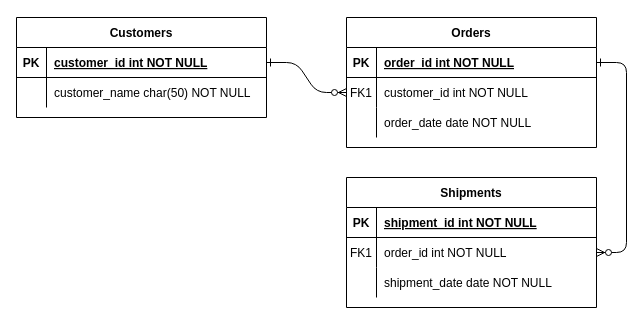
Earlier version of the draw.io diagram kadai_github/名称未設定ファイル.drawio (hmakino8/github-basic-kadai). Source tidied: cells renumbered, new cells numbered last; positions are measured from the earlier drawing's top-left corner, leaving out a move shared by most shapes. Both pictures are drawn from the tidied source at 100%, with x=0, y=0 at pixel (16, 17).
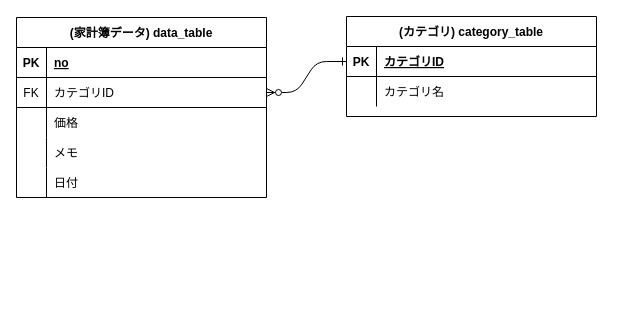
After the change.

Commit message:
名称未設定ファイル.drawio を更新します

Unchanged cells that the change refers to:
```xml
<mxCell id="5" style="shape=partialRectangle;fillColor=none;points=[[0,0.5],[1,0.5]];portConstraint=eastwest;top=0;left=0;right=0;bottom=1;" parent="4" vertex="1">
  <mxGeometry y="30" width="250" height="30" as="geometry" />
</mxCell>
<mxCell id="8" style="shape=partialRectangle;fillColor=none;points=[[0,0.5],[1,0.5]];portConstraint=eastwest;top=0;left=0;right=0;bottom=0;" parent="4" vertex="1">
  <mxGeometry y="60" width="250" height="30" as="geometry" />
</mxCell>
<mxCell id="25" style="shape=partialRectangle;fillColor=none;points=[[0,0.5],[1,0.5]];portConstraint=eastwest;top=0;left=0;right=0;bottom=1;" parent="24" vertex="1">
  <mxGeometry y="30" width="250" height="30" as="geometry" />
</mxCell>
<mxCell id="28" style="shape=partialRectangle;fillColor=none;points=[[0,0.5],[1,0.5]];portConstraint=eastwest;top=0;left=0;right=0;bottom=0;" parent="24" vertex="1">
  <mxGeometry y="60" width="250" height="30" as="geometry" />
</mxCell>
```

Change to the diagram source:
```diff
@@
-    <mxCell id="2" style="edgeStyle=entityRelationEdgeStyle;endArrow=ERzeroToMany;startArrow=ERone;endFill=1;startFill=0;" parent="1" edge="1" source="25" target="8">
-      <mxGeometry relative="1" as="geometry" />
-    </mxCell>
-    <mxCell id="3" style="edgeStyle=entityRelationEdgeStyle;endArrow=ERzeroToMany;startArrow=ERone;endFill=1;startFill=0;" parent="1" edge="1" source="5" target="18">
-      <mxGeometry relative="1" as="geometry" />
-    </mxCell>
-    <mxCell id="4" value="Orders" style="shape=table;startSize=30;childLayout=tableLayout;rowLines=0;fontStyle=1;align=center;" parent="1" vertex="1">
-      <mxGeometry x="330" width="250" height="130" as="geometry" />
+    <mxCell id="4" value="(カテゴリ) category_table" style="shape=table;startSize=30;childLayout=tableLayout;rowLines=0;fontStyle=1;align=center;" parent="1" vertex="1">
+      <mxGeometry x="330" y="-1" width="250" height="100" as="geometry" />
     </mxCell>
@@
-    <mxCell id="7" value="order_id int NOT NULL " style="shape=partialRectangle;overflow=hidden;fillColor=none;top=0;left=0;bottom=0;right=0;align=left;spacingLeft=6;fontStyle=5;" parent="5" vertex="1">
+    <mxCell id="7" value="カテゴリID" style="shape=partialRectangle;overflow=hidden;fillColor=none;top=0;left=0;bottom=0;right=0;align=left;spacingLeft=6;fontStyle=5;" parent="5" vertex="1">
       <mxGeometry x="30" width="220" height="30" as="geometry" />
     </mxCell>
@@
-    <mxCell id="9" value="FK1" style="shape=partialRectangle;overflow=hidden;fillColor=none;top=0;left=0;bottom=0;right=0;" parent="8" vertex="1">
+    <mxCell id="9" style="shape=partialRectangle;overflow=hidden;fillColor=none;top=0;left=0;bottom=0;right=0;" parent="8" vertex="1">
       <mxGeometry width="30" height="30" as="geometry" />
     </mxCell>
-    <mxCell id="10" value="customer_id int NOT NULL" style="shape=partialRectangle;overflow=hidden;fillColor=none;top=0;left=0;bottom=0;right=0;align=left;spacingLeft=6;" parent="8" vertex="1">
+    <mxCell id="10" value="カテゴリ名" style="shape=partialRectangle;overflow=hidden;fillColor=none;top=0;left=0;bottom=0;right=0;align=left;spacingLeft=6;" parent="8" vertex="1">
       <mxGeometry x="30" width="220" height="30" as="geometry" />
     </mxCell>
-    <mxCell id="11" style="shape=partialRectangle;fillColor=none;top=0;left=0;right=0;bottom=0;" parent="4" vertex="1">
-      <mxGeometry y="90" width="250" height="30" as="geometry" />
-    </mxCell>
-    <mxCell id="12" style="shape=partialRectangle;overflow=hidden;fillColor=none;top=0;left=0;bottom=0;right=0;" parent="11" vertex="1">
-      <mxGeometry width="30" height="30" as="geometry" />
-    </mxCell>
-    <mxCell id="13" value="order_date date NOT NULL" style="shape=partialRectangle;overflow=hidden;fillColor=none;top=0;left=0;bottom=0;right=0;align=left;spacingLeft=6;" parent="11" vertex="1">
-      <mxGeometry x="30" width="220" height="30" as="geometry" />
-    </mxCell>
-    <mxCell id="14" value="Shipments" style="shape=table;startSize=30;childLayout=tableLayout;rowLines=0;fontStyle=1;align=center;" parent="1" vertex="1">
-      <mxGeometry x="330" y="160" width="250" height="130" as="geometry" />
-    </mxCell>
-    <mxCell id="15" style="shape=partialRectangle;fillColor=none;top=0;left=0;right=0;bottom=1;" parent="14" vertex="1">
-      <mxGeometry y="30" width="250" height="30" as="geometry" />
-    </mxCell>
-    <mxCell id="16" value="PK" style="shape=partialRectangle;overflow=hidden;fillColor=none;top=0;left=0;bottom=0;right=0;fontStyle=1;" parent="15" vertex="1">
-      <mxGeometry width="30" height="30" as="geometry" />
-    </mxCell>
-    <mxCell id="17" value="shipment_id int NOT NULL " style="shape=partialRectangle;overflow=hidden;fillColor=none;top=0;left=0;bottom=0;right=0;align=left;spacingLeft=6;fontStyle=5;" parent="15" vertex="1">
-      <mxGeometry x="30" width="220" height="30" as="geometry" />
-    </mxCell>
-    <mxCell id="18" style="shape=partialRectangle;fillColor=none;points=[[0,0.5],[1,0.5]];portConstraint=eastwest;top=0;left=0;right=0;bottom=0;" parent="14" vertex="1">
-      <mxGeometry y="60" width="250" height="30" as="geometry" />
-    </mxCell>
-    <mxCell id="19" value="FK1" style="shape=partialRectangle;overflow=hidden;fillColor=none;top=0;left=0;bottom=0;right=0;" parent="18" vertex="1">
-      <mxGeometry width="30" height="30" as="geometry" />
-    </mxCell>
-    <mxCell id="20" value="order_id int NOT NULL" style="shape=partialRectangle;overflow=hidden;fillColor=none;top=0;left=0;bottom=0;right=0;align=left;spacingLeft=6;" parent="18" vertex="1">
-      <mxGeometry x="30" width="220" height="30" as="geometry" />
-    </mxCell>
-    <mxCell id="21" style="shape=partialRectangle;fillColor=none;top=0;left=0;right=0;bottom=0;" parent="14" vertex="1">
-      <mxGeometry y="90" width="250" height="30" as="geometry" />
-    </mxCell>
-    <mxCell id="22" style="shape=partialRectangle;overflow=hidden;fillColor=none;top=0;left=0;bottom=0;right=0;" parent="21" vertex="1">
-      <mxGeometry width="30" height="30" as="geometry" />
-    </mxCell>
-    <mxCell id="23" value="shipment_date date NOT NULL" style="shape=partialRectangle;overflow=hidden;fillColor=none;top=0;left=0;bottom=0;right=0;align=left;spacingLeft=6;" parent="21" vertex="1">
-      <mxGeometry x="30" width="220" height="30" as="geometry" />
-    </mxCell>
-    <mxCell id="24" value="Customers" style="shape=table;startSize=30;childLayout=tableLayout;rowLines=0;fontStyle=1;align=center;" parent="1" vertex="1">
-      <mxGeometry width="250" height="100" as="geometry" />
+    <mxCell id="24" value="(家計簿データ) data_table" style="shape=table;startSize=30;childLayout=tableLayout;rowLines=0;fontStyle=1;align=center;" parent="1" vertex="1">
+      <mxGeometry width="250" height="180" as="geometry" />
     </mxCell>
@@
-    <mxCell id="27" value="customer_id int NOT NULL " style="shape=partialRectangle;overflow=hidden;fillColor=none;top=0;left=0;bottom=0;right=0;align=left;spacingLeft=6;fontStyle=5;" parent="25" vertex="1">
+    <mxCell id="27" value="no" style="shape=partialRectangle;overflow=hidden;fillColor=none;top=0;left=0;bottom=0;right=0;align=left;spacingLeft=6;fontStyle=5;" parent="25" vertex="1">
       <mxGeometry x="30" width="220" height="30" as="geometry" />
     </mxCell>
@@
-    <mxCell id="29" style="shape=partialRectangle;overflow=hidden;fillColor=none;top=0;left=0;bottom=0;right=0;" parent="28" vertex="1">
+    <mxCell id="29" value="FK" style="shape=partialRectangle;overflow=hidden;fillColor=none;top=0;left=0;bottom=1;right=0;" parent="28" vertex="1">
       <mxGeometry width="30" height="30" as="geometry" />
     </mxCell>
-    <mxCell id="30" value="customer_name char(50) NOT NULL" style="shape=partialRectangle;overflow=hidden;fillColor=none;top=0;left=0;bottom=0;right=0;align=left;spacingLeft=6;" parent="28" vertex="1">
+    <mxCell id="30" value="カテゴリID" style="shape=partialRectangle;overflow=hidden;fillColor=none;top=0;left=0;bottom=1;right=0;align=left;spacingLeft=6;" parent="28" vertex="1">
       <mxGeometry x="30" width="220" height="30" as="geometry" />
     </mxCell>
+    <mxCell id="31" style="shape=partialRectangle;fillColor=none;top=0;left=0;right=0;bottom=0;" parent="24" vertex="1">
+      <mxGeometry y="90" width="250" height="30" as="geometry" />
+    </mxCell>
+    <mxCell id="32" style="shape=partialRectangle;overflow=hidden;fillColor=none;top=0;left=0;bottom=0;right=0;" parent="31" vertex="1">
+      <mxGeometry width="30" height="30" as="geometry" />
+    </mxCell>
+    <mxCell id="33" value="価格" style="shape=partialRectangle;overflow=hidden;fillColor=none;top=0;left=0;bottom=0;right=0;align=left;spacingLeft=6;" parent="31" vertex="1">
+      <mxGeometry x="30" width="220" height="30" as="geometry" />
+    </mxCell>
+    <mxCell id="34" style="shape=partialRectangle;fillColor=none;top=0;left=0;right=0;bottom=0;" parent="24" vertex="1">
+      <mxGeometry y="120" width="250" height="30" as="geometry" />
+    </mxCell>
+    <mxCell id="35" style="shape=partialRectangle;overflow=hidden;fillColor=none;top=0;left=0;bottom=0;right=0;" parent="34" vertex="1">
+      <mxGeometry width="30" height="30" as="geometry" />
+    </mxCell>
+    <mxCell id="36" value="メモ" style="shape=partialRectangle;overflow=hidden;fillColor=none;top=0;left=0;bottom=0;right=0;align=left;spacingLeft=6;" parent="34" vertex="1">
+      <mxGeometry x="30" width="220" height="30" as="geometry" />
+    </mxCell>
+    <mxCell id="37" style="shape=partialRectangle;fillColor=none;top=0;left=0;right=0;bottom=0;" parent="24" vertex="1">
+      <mxGeometry y="150" width="250" height="30" as="geometry" />
+    </mxCell>
+    <mxCell id="38" style="shape=partialRectangle;overflow=hidden;fillColor=none;top=0;left=0;bottom=0;right=0;" parent="37" vertex="1">
+      <mxGeometry width="30" height="30" as="geometry" />
+    </mxCell>
+    <mxCell id="39" value="日付" style="shape=partialRectangle;overflow=hidden;fillColor=none;top=0;left=0;bottom=0;right=0;align=left;spacingLeft=6;" parent="37" vertex="1">
+      <mxGeometry x="30" width="220" height="30" as="geometry" />
+    </mxCell>
+    <mxCell id="2" style="edgeStyle=entityRelationEdgeStyle;endArrow=ERzeroToMany;startArrow=ERone;endFill=1;startFill=0;entryX=1;entryY=0.5;entryDx=0;entryDy=0;exitX=0;exitY=0.5;exitDx=0;exitDy=0;" parent="1" edge="1" source="5" target="28">
+      <mxGeometry relative="1" as="geometry" />
+    </mxCell>
```
